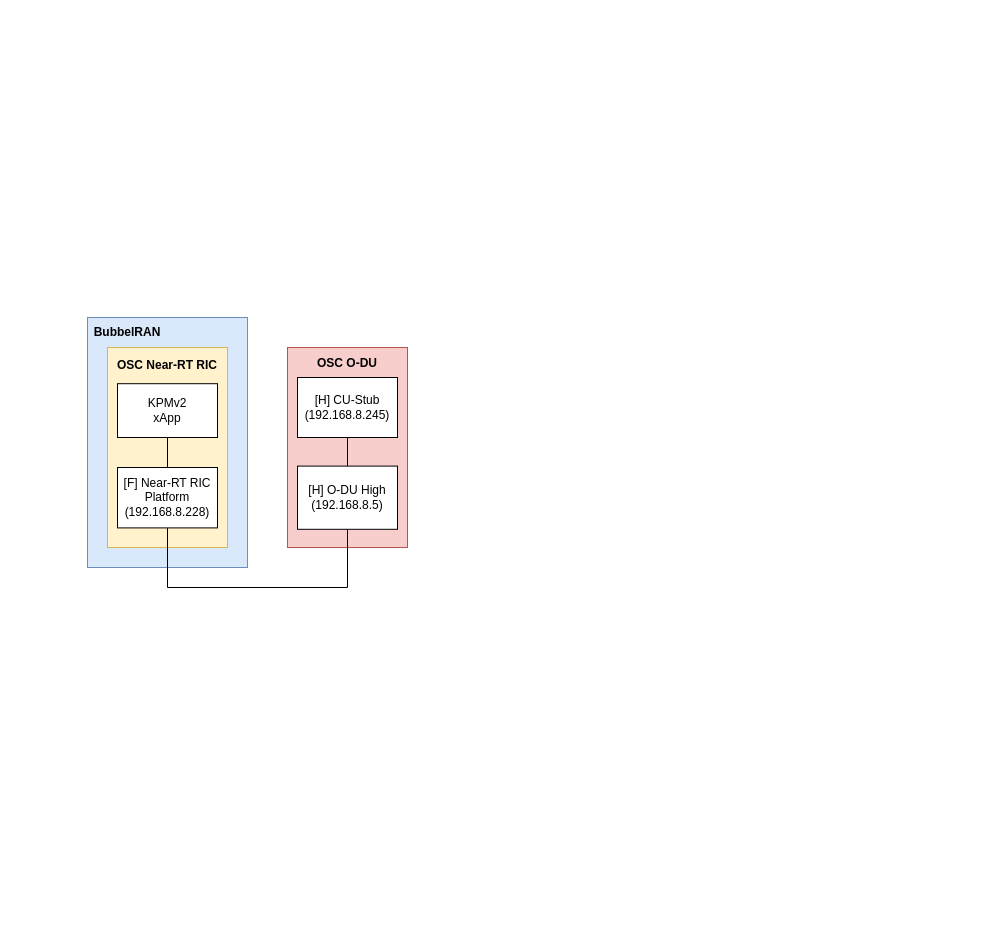
The draw.io diagram diagrams.drawio in NTUST-BMW-Lab/bubbleran, before the edit. Source tidied: cells renumbered, new cells numbered last; positions are measured from the earlier drawing's top-left corner, leaving out a move shared by most shapes. Both pictures are drawn from the tidied source at 100%, with x=0, y=0 at pixel (87, 317).
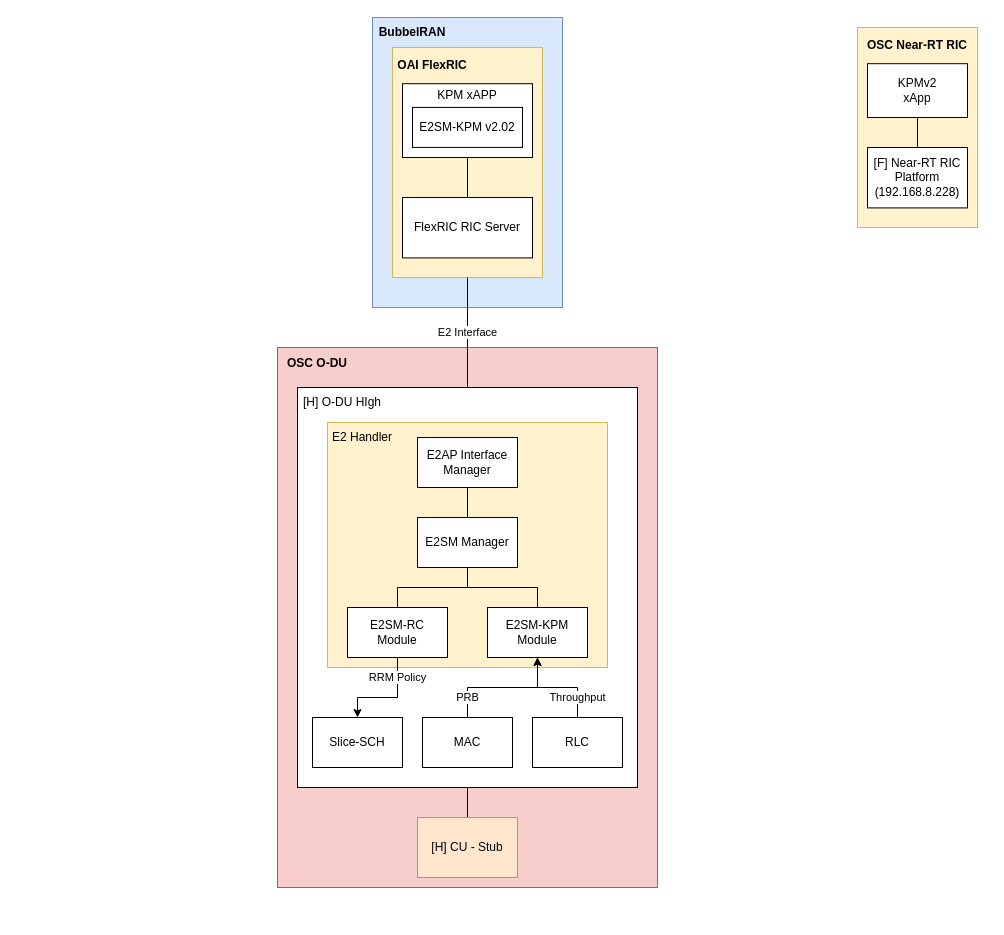
The same page after the edit.

Commit message:
Scenario 1 - BubbleRAN with FlexRIC & xApp connecting with OSC DU & CU.drawio

Diff of the diagram source:
```diff
@@
-    <mxCell id="2" style="group;fontStyle=1;" parent="1" vertex="1">
-      <mxGeometry width="160" height="290" as="geometry" />
-    </mxCell>
+    <mxCell id="12" style="group;" parent="1" vertex="1">
+      <mxGeometry x="200" y="30" width="570" height="570" as="geometry" />
+    </mxCell>
+    <mxCell id="13" style="rounded=0;whiteSpace=wrap;html=1;fillColor=#f8cecc;strokeColor=#b85450;" parent="12" vertex="1">
+      <mxGeometry x="-10" width="380" height="540" as="geometry" />
+    </mxCell>
+    <mxCell id="14" value="&lt;b&gt;OSC O-DU&lt;/b&gt;" style="text;html=1;strokeColor=none;fillColor=none;align=center;verticalAlign=middle;whiteSpace=wrap;rounded=0;" parent="12" vertex="1">
+      <mxGeometry x="-10" width="80" height="31.6" as="geometry" />
+    </mxCell>
+    <mxCell id="19" style="group;" parent="12" vertex="1">
+      <mxGeometry x="20" y="40" width="530" height="400" as="geometry" />
+    </mxCell>
+    <mxCell id="16" style="rounded=0;whiteSpace=wrap;html=1;" parent="19" vertex="1">
+      <mxGeometry x="-10" width="340" height="400" as="geometry" />
+    </mxCell>
+    <mxCell id="20" value="[H] O-DU HIgh" style="text;html=1;strokeColor=none;fillColor=none;align=center;verticalAlign=middle;whiteSpace=wrap;rounded=0;" parent="19" vertex="1">
+      <mxGeometry x="-10" width="90" height="30" as="geometry" />
+    </mxCell>
+    <mxCell id="21" value="Slice-SCH" style="rounded=0;whiteSpace=wrap;html=1;" parent="19" vertex="1">
+      <mxGeometry x="5" y="330" width="90" height="50" as="geometry" />
+    </mxCell>
+    <mxCell id="22" value="MAC" style="rounded=0;whiteSpace=wrap;html=1;" parent="19" vertex="1">
+      <mxGeometry x="115" y="330" width="90" height="50" as="geometry" />
+    </mxCell>
+    <mxCell id="23" value="RLC" style="rounded=0;whiteSpace=wrap;html=1;" parent="19" vertex="1">
+      <mxGeometry x="225" y="330" width="90" height="50" as="geometry" />
+    </mxCell>
+    <mxCell id="24" style="group;" parent="12" vertex="1">
+      <mxGeometry x="-270" y="70" width="590" height="260" as="geometry" />
+    </mxCell>
+    <mxCell id="25" style="rounded=0;whiteSpace=wrap;html=1;fillColor=#fff2cc;strokeColor=#d6b656;" parent="24" vertex="1">
+      <mxGeometry x="310" y="5" width="280" height="245" as="geometry" />
+    </mxCell>
+    <mxCell id="26" value="E2 Handler" style="text;html=1;strokeColor=none;fillColor=none;align=center;verticalAlign=middle;whiteSpace=wrap;rounded=0;" parent="24" vertex="1">
+      <mxGeometry x="310" y="5" width="70" height="30" as="geometry" />
+    </mxCell>
+    <mxCell id="27" value="E2AP Interface&lt;br&gt;Manager" style="rounded=0;whiteSpace=wrap;html=1;" parent="24" vertex="1">
+      <mxGeometry x="400" y="20" width="100" height="50" as="geometry" />
+    </mxCell>
+    <mxCell id="28" value="E2SM Manager" style="rounded=0;whiteSpace=wrap;html=1;" parent="24" vertex="1">
+      <mxGeometry x="400" y="100" width="100" height="50" as="geometry" />
+    </mxCell>
+    <mxCell id="29" style="edgeStyle=orthogonalEdgeStyle;rounded=0;jettySize=auto;html=1;entryX=0.5;entryY=0;entryDx=0;entryDy=0;endArrow=none;endFill=0;" parent="24" edge="1" source="27" target="28">
+      <mxGeometry relative="1" as="geometry" />
+    </mxCell>
+    <mxCell id="30" value="E2SM-RC&lt;br&gt;Module" style="rounded=0;whiteSpace=wrap;html=1;" parent="24" vertex="1">
+      <mxGeometry x="330" y="190" width="100" height="50" as="geometry" />
+    </mxCell>
+    <mxCell id="31" style="edgeStyle=orthogonalEdgeStyle;rounded=0;jettySize=auto;html=1;endArrow=none;endFill=0;" parent="24" edge="1" source="28" target="30">
+      <mxGeometry relative="1" as="geometry" />
+    </mxCell>
+    <mxCell id="32" value="E2SM-KPM Module" style="rounded=0;whiteSpace=wrap;html=1;" parent="24" vertex="1">
+      <mxGeometry x="470" y="190" width="100" height="50" as="geometry" />
+    </mxCell>
+    <mxCell id="33" style="edgeStyle=orthogonalEdgeStyle;rounded=0;jettySize=auto;html=1;endArrow=none;endFill=0;" parent="24" edge="1" source="28" target="32">
+      <mxGeometry relative="1" as="geometry" />
+    </mxCell>
+    <mxCell id="34" value="RRM Policy" style="edgeStyle=orthogonalEdgeStyle;rounded=0;jettySize=auto;html=1;" parent="12" edge="1" source="30" target="21">
+      <mxGeometry x="-0.6" relative="1" as="geometry">
+        <Array as="points">
+          <mxPoint x="110" y="350" />
+          <mxPoint x="70" y="350" />
+        </Array>
+      </mxGeometry>
+    </mxCell>
+    <mxCell id="35" value="PRB" style="edgeStyle=orthogonalEdgeStyle;rounded=0;jettySize=auto;html=1;entryX=0.5;entryY=1;entryDx=0;entryDy=0;" parent="12" edge="1" source="22" target="32">
+      <mxGeometry x="-0.69" relative="1" as="geometry" />
+    </mxCell>
+    <mxCell id="36" value="Throughput" style="edgeStyle=orthogonalEdgeStyle;rounded=0;jettySize=auto;html=1;entryX=0.5;entryY=1;entryDx=0;entryDy=0;" parent="12" edge="1" source="23" target="32">
+      <mxGeometry x="-0.6" relative="1" as="geometry" />
+    </mxCell>
+    <mxCell id="37" style="edgeStyle=orthogonalEdgeStyle;rounded=0;jettySize=auto;html=1;endArrow=none;endFill=0;" parent="12" edge="1" source="38" target="16">
+      <mxGeometry relative="1" as="geometry" />
+    </mxCell>
+    <mxCell id="38" value="[H] CU - Stub" style="rounded=0;whiteSpace=wrap;html=1;fillColor=#ffe6cc;strokeColor=#d79b00;" parent="12" vertex="1">
+      <mxGeometry x="130" y="470" width="100" height="60" as="geometry" />
+    </mxCell>
+    <mxCell id="39" style="group;" parent="1" vertex="1">
+      <mxGeometry x="770" y="-290" width="130" height="217.5" as="geometry" />
+    </mxCell>
+    <mxCell id="40" style="rounded=0;whiteSpace=wrap;html=1;fillColor=#fff2cc;strokeColor=#d6b656;" parent="39" vertex="1">
+      <mxGeometry width="120" height="200" as="geometry" />
+    </mxCell>
+    <mxCell id="41" value="&lt;b&gt;OSC Near-RT RIC&lt;/b&gt;" style="text;html=1;strokeColor=none;fillColor=none;align=center;verticalAlign=middle;whiteSpace=wrap;rounded=0;" parent="39" vertex="1">
+      <mxGeometry width="120" height="36.2" as="geometry" />
+    </mxCell>
+    <mxCell id="42" style="edgeStyle=orthogonalEdgeStyle;rounded=0;jettySize=auto;html=1;entryX=0.5;entryY=0;entryDx=0;entryDy=0;endArrow=none;endFill=0;" parent="39" edge="1" source="43" target="44">
+      <mxGeometry relative="1" as="geometry" />
+    </mxCell>
+    <mxCell id="43" value="KPMv2&lt;br&gt;xApp" style="rounded=0;whiteSpace=wrap;html=1;" parent="39" vertex="1">
+      <mxGeometry x="10" y="36.2" width="100" height="53.8" as="geometry" />
+    </mxCell>
+    <mxCell id="44" value="[F] Near-RT RIC&lt;br&gt;Platform&lt;br&gt;(192.168.8.228)" style="rounded=0;whiteSpace=wrap;html=1;" parent="39" vertex="1">
+      <mxGeometry x="10" y="120" width="100" height="60.4" as="geometry" />
+    </mxCell>
+    <mxCell id="45" style="edgeStyle=orthogonalEdgeStyle;rounded=0;orthogonalLoop=1;jettySize=auto;html=1;exitX=0.5;exitY=1;exitDx=0;exitDy=0;" parent="39" edge="1" source="43" target="43">
+      <mxGeometry relative="1" as="geometry" />
+    </mxCell>
+    <mxCell id="46" style="group;" parent="1" vertex="1">
+      <mxGeometry x="285" y="-300" width="410" height="290" as="geometry" />
+    </mxCell>
-    <mxCell id="3" style="rounded=0;whiteSpace=wrap;html=1;fillColor=#dae8fc;strokeColor=#6c8ebf;align=left;" parent="2" vertex="1">
-      <mxGeometry width="160" height="250" as="geometry" />
+    <mxCell id="3" style="rounded=0;whiteSpace=wrap;html=1;fillColor=#dae8fc;strokeColor=#6c8ebf;align=left;" parent="46" vertex="1">
+      <mxGeometry width="190" height="290" as="geometry" />
     </mxCell>
-    <mxCell id="4" value="&lt;b&gt;BubbelRAN&lt;/b&gt;" style="text;html=1;strokeColor=none;fillColor=none;align=center;verticalAlign=middle;whiteSpace=wrap;rounded=0;" parent="2" vertex="1">
+    <mxCell id="4" value="&lt;b&gt;BubbelRAN&lt;/b&gt;" style="text;html=1;strokeColor=none;fillColor=none;align=center;verticalAlign=middle;whiteSpace=wrap;rounded=0;" parent="46" vertex="1">
       <mxGeometry width="80" height="30" as="geometry" />
     </mxCell>
-    <mxCell id="5" style="group;" parent="2" vertex="1">
-      <mxGeometry x="20" y="30" width="130" height="217.5" as="geometry" />
+    <mxCell id="5" style="group;" parent="46" vertex="1">
+      <mxGeometry x="20" y="30" width="170" height="230" as="geometry" />
     </mxCell>
     <mxCell id="6" style="rounded=0;whiteSpace=wrap;html=1;fillColor=#fff2cc;strokeColor=#d6b656;" parent="5" vertex="1">
-      <mxGeometry width="120" height="200" as="geometry" />
+      <mxGeometry width="150" height="230" as="geometry" />
     </mxCell>
-    <mxCell id="7" value="&lt;b&gt;OSC Near-RT RIC&lt;/b&gt;" style="text;html=1;strokeColor=none;fillColor=none;align=center;verticalAlign=middle;whiteSpace=wrap;rounded=0;" parent="5" vertex="1">
-      <mxGeometry width="120" height="36.2" as="geometry" />
+    <mxCell id="7" value="&lt;b&gt;OAI FlexRIC&lt;/b&gt;" style="text;html=1;strokeColor=none;fillColor=none;align=center;verticalAlign=middle;whiteSpace=wrap;rounded=0;" parent="5" vertex="1">
+      <mxGeometry width="80" height="36.2" as="geometry" />
     </mxCell>
@@
+    <mxCell id="10" value="FlexRIC RIC Server" style="rounded=0;whiteSpace=wrap;html=1;" parent="5" vertex="1">
+      <mxGeometry x="10" y="150" width="130" height="60.4" as="geometry" />
+    </mxCell>
+    <mxCell id="47" style="group;" parent="5" vertex="1">
+      <mxGeometry x="10" y="36.2" width="130" height="73.8" as="geometry" />
+    </mxCell>
-    <mxCell id="9" value="KPMv2&lt;br&gt;xApp" style="rounded=0;whiteSpace=wrap;html=1;" parent="5" vertex="1">
-      <mxGeometry x="10" y="36.2" width="100" height="53.8" as="geometry" />
+    <mxCell id="9" style="rounded=0;whiteSpace=wrap;html=1;" parent="47" vertex="1">
+      <mxGeometry width="130" height="73.8" as="geometry" />
     </mxCell>
-    <mxCell id="10" value="[F] Near-RT RIC&lt;br&gt;Platform&lt;br&gt;(192.168.8.228)" style="rounded=0;whiteSpace=wrap;html=1;" parent="5" vertex="1">
-      <mxGeometry x="10" y="120" width="100" height="60.4" as="geometry" />
-    </mxCell>
+    <mxCell id="48" value="E2SM-KPM v2.02" style="rounded=0;whiteSpace=wrap;html=1;" parent="47" vertex="1">
+      <mxGeometry x="10" y="23.7" width="110" height="40" as="geometry" />
+    </mxCell>
+    <mxCell id="49" value="KPM xAPP" style="text;html=1;strokeColor=none;fillColor=none;align=center;verticalAlign=middle;whiteSpace=wrap;rounded=0;" parent="47" vertex="1">
+      <mxGeometry x="25" width="80" height="23.8" as="geometry" />
+    </mxCell>
-    <mxCell id="11" style="edgeStyle=orthogonalEdgeStyle;rounded=0;orthogonalLoop=1;jettySize=auto;html=1;exitX=0.5;exitY=1;exitDx=0;exitDy=0;" parent="5" edge="1" source="9" target="9">
+    <mxCell id="11" style="edgeStyle=orthogonalEdgeStyle;rounded=0;orthogonalLoop=1;jettySize=auto;html=1;exitX=0.5;exitY=1;exitDx=0;exitDy=0;" parent="47" edge="1" source="9" target="9">
       <mxGeometry relative="1" as="geometry" />
     </mxCell>
-    <mxCell id="12" style="group;" parent="1" vertex="1">
-      <mxGeometry x="200" y="30" width="130" height="200" as="geometry" />
-    </mxCell>
-    <mxCell id="13" style="rounded=0;whiteSpace=wrap;html=1;fillColor=#f8cecc;strokeColor=#b85450;" parent="12" vertex="1">
-      <mxGeometry width="120" height="200" as="geometry" />
-    </mxCell>
-    <mxCell id="14" value="&lt;b&gt;OSC O-DU&lt;/b&gt;" style="text;html=1;strokeColor=none;fillColor=none;align=center;verticalAlign=middle;whiteSpace=wrap;rounded=0;" parent="12" vertex="1">
-      <mxGeometry width="120" height="31.6" as="geometry" />
-    </mxCell>
-    <mxCell id="15" value="[H] CU-Stub&lt;br&gt;(192.168.8.245)" style="rounded=0;whiteSpace=wrap;html=1;" parent="12" vertex="1">
-      <mxGeometry x="10" y="30" width="100" height="60" as="geometry" />
-    </mxCell>
-    <mxCell id="16" value="[H] O-DU High&lt;br&gt;(192.168.8.5)" style="rounded=0;whiteSpace=wrap;html=1;" parent="12" vertex="1">
-      <mxGeometry x="10" y="118.6" width="100" height="63.2" as="geometry" />
-    </mxCell>
-    <mxCell id="17" style="edgeStyle=orthogonalEdgeStyle;rounded=0;jettySize=auto;html=1;entryX=0.5;entryY=0;entryDx=0;entryDy=0;endArrow=none;endFill=0;" parent="12" edge="1" source="15" target="16">
-      <mxGeometry relative="1" as="geometry" />
-    </mxCell>
-    <mxCell id="18" style="edgeStyle=orthogonalEdgeStyle;rounded=0;jettySize=auto;html=1;entryX=0.5;entryY=1;entryDx=0;entryDy=0;endArrow=none;endFill=0;" parent="1" edge="1" source="10" target="16">
-      <mxGeometry relative="1" as="geometry">
-        <Array as="points">
-          <mxPoint x="80" y="270" />
-          <mxPoint x="260" y="270" />
-        </Array>
-      </mxGeometry>
-    </mxCell>
+    <mxCell id="50" value="E2 Interface" style="edgeStyle=orthogonalEdgeStyle;rounded=0;jettySize=auto;html=1;endArrow=none;endFill=0;" parent="1" edge="1" source="6" target="16">
+      <mxGeometry relative="1" as="geometry" />
+    </mxCell>
```
